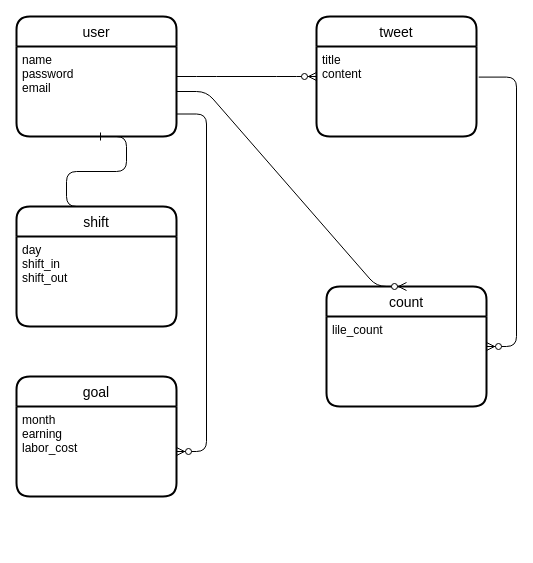
Above: app/views/model.dio in yoshihiro-imai/shift_board (draw.io), before the change. Source tidied: cells renumbered, new cells numbered last; positions are measured from the earlier drawing's top-left corner, leaving out a move shared by most shapes. Both pictures are drawn from the tidied source at 100%, with x=0, y=0 at pixel (16, 16).
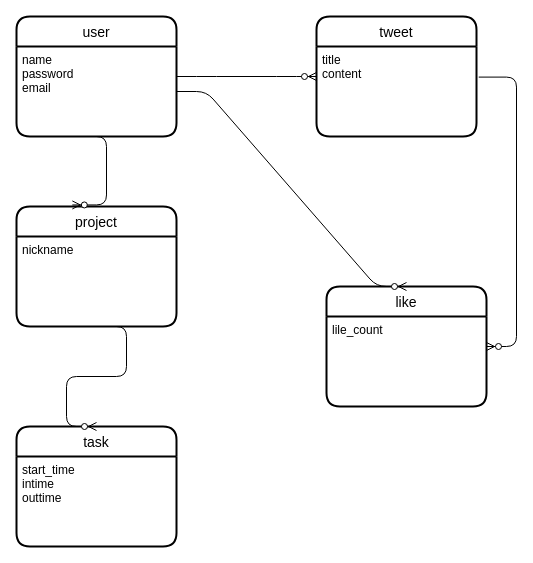
The same diagram, later.

What changed in the source:
```diff
@@
 <mxGraphModel>
   <root>
     <mxCell id="0" />
     <mxCell id="1" parent="0" />
     <mxCell id="2" value="tweet" style="swimlane;horizontal=1;startSize=30;rounded=1;fontSize=14;fontStyle=0;strokeWidth=2;shadow=0;dashed=0;align=center;" parent="1" vertex="1">
       <mxGeometry x="300" width="160" height="120" as="geometry" />
     </mxCell>
     <mxCell id="3" value="title&#10;content" style="align=left;strokeColor=none;fillColor=none;spacingLeft=4;fontSize=12;verticalAlign=top;" parent="2" vertex="1">
       <mxGeometry y="30" width="160" height="90" as="geometry" />
     </mxCell>
-    <mxCell id="4" value="count" style="swimlane;horizontal=1;startSize=30;rounded=1;fontSize=14;fontStyle=0;strokeWidth=2;shadow=0;dashed=0;align=center;" parent="1" vertex="1">
+    <mxCell id="4" value="like" style="swimlane;horizontal=1;startSize=30;rounded=1;fontSize=14;fontStyle=0;strokeWidth=2;shadow=0;dashed=0;align=center;" parent="1" vertex="1">
       <mxGeometry x="310" y="270" width="160" height="120" as="geometry" />
     </mxCell>
     <mxCell id="5" value="lile_count" style="align=left;strokeColor=none;fillColor=none;spacingLeft=4;fontSize=12;verticalAlign=top;" parent="4" vertex="1">
       <mxGeometry y="30" width="160" height="90" as="geometry" />
     </mxCell>
-    <mxCell id="6" value="shift" style="swimlane;horizontal=1;startSize=30;rounded=1;fontSize=14;fontStyle=0;strokeWidth=2;shadow=0;dashed=0;align=center;" parent="1" vertex="1">
+    <mxCell id="6" value="project" style="swimlane;horizontal=1;startSize=30;rounded=1;fontSize=14;fontStyle=0;strokeWidth=2;shadow=0;dashed=0;align=center;" parent="1" vertex="1">
       <mxGeometry y="190" width="160" height="120" as="geometry" />
     </mxCell>
-    <mxCell id="7" value="day&#10;shift_in&#10;shift_out" style="align=left;strokeColor=none;fillColor=none;spacingLeft=4;fontSize=12;verticalAlign=top;" parent="6" vertex="1">
+    <mxCell id="7" value="nickname" style="align=left;strokeColor=none;fillColor=none;spacingLeft=4;fontSize=12;verticalAlign=top;" parent="6" vertex="1">
       <mxGeometry y="30" width="160" height="90" as="geometry" />
     </mxCell>
-    <mxCell id="8" value="goal" style="swimlane;horizontal=1;startSize=30;rounded=1;fontSize=14;fontStyle=0;strokeWidth=2;shadow=0;dashed=0;align=center;" parent="1" vertex="1">
-      <mxGeometry y="360" width="160" height="120" as="geometry" />
-    </mxCell>
-    <mxCell id="9" value="month&#10;earning&#10;labor_cost" style="align=left;strokeColor=none;fillColor=none;spacingLeft=4;fontSize=12;verticalAlign=top;" parent="8" vertex="1">
-      <mxGeometry y="30" width="160" height="90" as="geometry" />
-    </mxCell>
     <mxCell id="10" value="user" style="swimlane;horizontal=1;startSize=30;rounded=1;fontSize=14;fontStyle=0;strokeWidth=2;shadow=0;dashed=0;align=center;" parent="1" vertex="1">
       <mxGeometry width="160" height="120" as="geometry" />
     </mxCell>
     <mxCell id="11" value="name&#10;password&#10;email" style="align=left;strokeColor=none;fillColor=none;spacingLeft=4;fontSize=12;verticalAlign=top;" parent="10" vertex="1">
       <mxGeometry y="30" width="160" height="90" as="geometry" />
     </mxCell>
+    <mxCell id="17" style="edgeStyle=entityRelationEdgeStyle;fontSize=12;html=1;endArrow=ERzeroToMany;endFill=1;entryX=0.349;entryY=-0.013;entryDx=0;entryDy=0;entryPerimeter=0;" parent="10" edge="1" target="6">
+      <mxGeometry relative="1" as="geometry">
+        <mxPoint x="60" y="120" as="sourcePoint" />
+      </mxGeometry>
+    </mxCell>
     <mxCell id="12" style="edgeStyle=entityRelationEdgeStyle;fontSize=12;html=1;endArrow=ERzeroToMany;endFill=1;entryX=0.5;entryY=0;entryDx=0;entryDy=0;exitX=1;exitY=0.5;exitDx=0;exitDy=0;" parent="1" edge="1" source="11" target="4">
       <mxGeometry relative="1" as="geometry" />
     </mxCell>
     <mxCell id="13" style="edgeStyle=entityRelationEdgeStyle;fontSize=12;html=1;endArrow=ERzeroToMany;endFill=1;entryX=0;entryY=0.5;entryDx=0;entryDy=0;" parent="1" edge="1" target="2">
       <mxGeometry relative="1" as="geometry">
         <mxPoint x="160" y="60" as="sourcePoint" />
       </mxGeometry>
     </mxCell>
     <mxCell id="14" style="edgeStyle=entityRelationEdgeStyle;fontSize=12;html=1;endArrow=ERzeroToMany;endFill=1;exitX=1.014;exitY=0.34;exitDx=0;exitDy=0;exitPerimeter=0;" parent="1" edge="1" source="3" target="4">
       <mxGeometry relative="1" as="geometry" />
     </mxCell>
-    <mxCell id="15" style="edgeStyle=entityRelationEdgeStyle;fontSize=12;html=1;endArrow=ERzeroToMany;endFill=1;exitX=1;exitY=0.75;exitDx=0;exitDy=0;" parent="1" edge="1" source="11" target="9">
-      <mxGeometry relative="1" as="geometry" />
-    </mxCell>
-    <mxCell id="16" style="edgeStyle=entityRelationEdgeStyle;fontSize=12;html=1;endArrow=ERone;endFill=1;exitX=0.5;exitY=0;exitDx=0;exitDy=0;entryX=0.5;entryY=1;entryDx=0;entryDy=0;" parent="1" edge="1" source="6" target="11">
-      <mxGeometry relative="1" as="geometry" />
-    </mxCell>
+    <mxCell id="18" value="task" style="swimlane;horizontal=1;startSize=30;rounded=1;fontSize=14;fontStyle=0;strokeWidth=2;shadow=0;dashed=0;align=center;" parent="1" vertex="1">
+      <mxGeometry y="410" width="160" height="120" as="geometry" />
+    </mxCell>
+    <mxCell id="19" value="start_time&#10;intime&#10;outtime" style="align=left;strokeColor=none;fillColor=none;spacingLeft=4;fontSize=12;verticalAlign=top;" parent="18" vertex="1">
+      <mxGeometry y="30" width="160" height="90" as="geometry" />
+    </mxCell>
+    <mxCell id="20" style="edgeStyle=entityRelationEdgeStyle;fontSize=12;html=1;endArrow=ERzeroToMany;endFill=1;entryX=0.5;entryY=0;entryDx=0;entryDy=0;" parent="1" edge="1" target="18">
+      <mxGeometry relative="1" as="geometry">
+        <mxPoint x="80" y="310" as="sourcePoint" />
+      </mxGeometry>
+    </mxCell>
   </root>
 </mxGraphModel>
```
